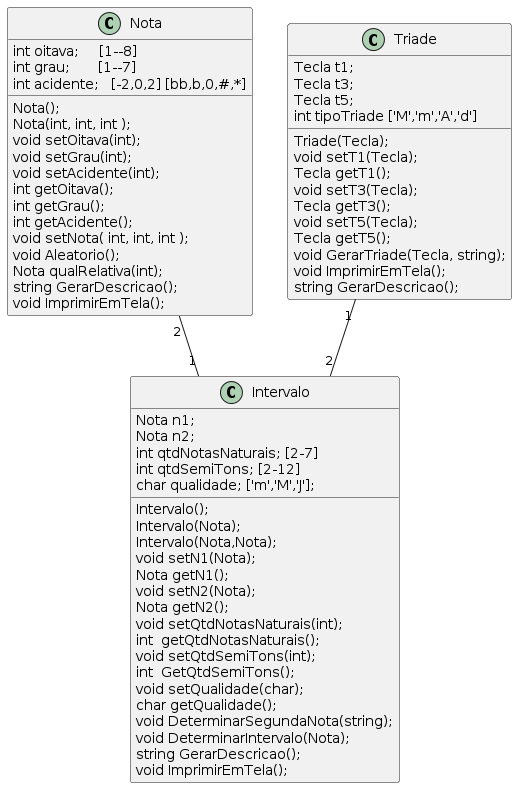
Above: c++/projects/notas/documetation/classDiagram.png in marcuswlima/learning (PlantUML), before the change.
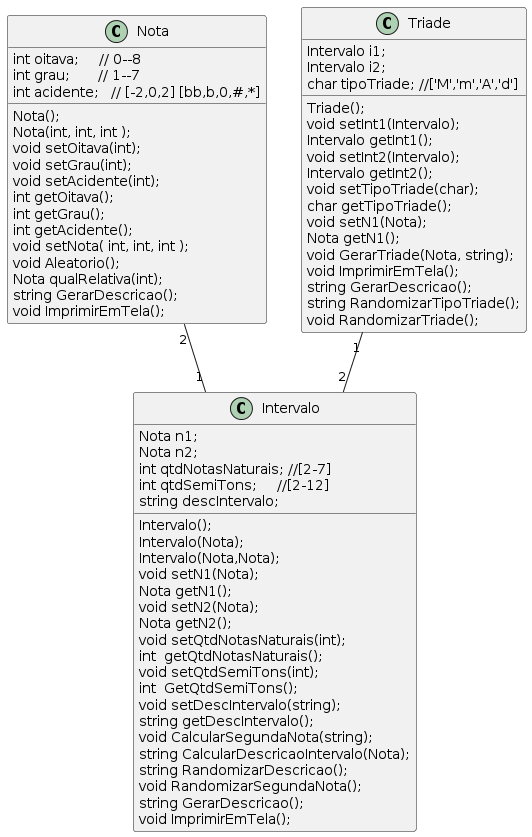
Above is the later version.

What changed in the source:
```diff
@@ -17,9 +17,9 @@
     Nota qualRelativa(int);
     string GerarDescricao();
     void ImprimirEmTela();
-    int oitava;     [1--8]
-    int grau;       [1--7]
-    int acidente;   [-2,0,2] [bb,b,0,#,*]
+    int oitava;     // 0--8
+    int grau;       // 1--7
+    int acidente;   // [-2,0,2] [bb,b,0,#,*]
 }
 
 class Intervalo {
@@ -34,34 +34,39 @@
     int  getQtdNotasNaturais();
     void setQtdSemiTons(int);
     int  GetQtdSemiTons();
-    void setQualidade(char);
-    char getQualidade();
-    void DeterminarSegundaNota(string);
-    void DeterminarIntervalo(Nota);
+    void setDescIntervalo(string);
+    string getDescIntervalo();
+    void CalcularSegundaNota(string);
+    string CalcularDescricaoIntervalo(Nota);
+    string RandomizarDescricao();
+    void RandomizarSegundaNota();
     string GerarDescricao();
     void ImprimirEmTela();
     Nota n1;
     Nota n2;
-    int qtdNotasNaturais; [2-7]
-    int qtdSemiTons; [2-12]
-    char qualidade; ['m','M','J'];
+    int qtdNotasNaturais; //[2-7]
+    int qtdSemiTons;     //[2-12]
+    string descIntervalo;
 }
 
 class Triade{
-    Triade(Tecla);
-    void setT1(Tecla);
-    Tecla getT1();
-    void setT3(Tecla);
-    Tecla getT3();
-    void setT5(Tecla);
-    Tecla getT5();
-    void GerarTriade(Tecla, string);
+    Triade();
+    void setInt1(Intervalo);
+    Intervalo getInt1();
+    void setInt2(Intervalo);
+    Intervalo getInt2();
+    void setTipoTriade(char);
+    char getTipoTriade();
+    void setN1(Nota);
+    Nota getN1();
+    void GerarTriade(Nota, string);
     void ImprimirEmTela();
     string GerarDescricao();
-    Tecla t1;
-    Tecla t3;
-    Tecla t5;
-    int tipoTriade ['M','m','A','d']
+    string RandomizarTipoTriade();
+    void RandomizarTriade();
+    Intervalo i1;
+    Intervalo i2;
+    char tipoTriade; //['M','m','A','d']
 }
 
 @enduml
```
